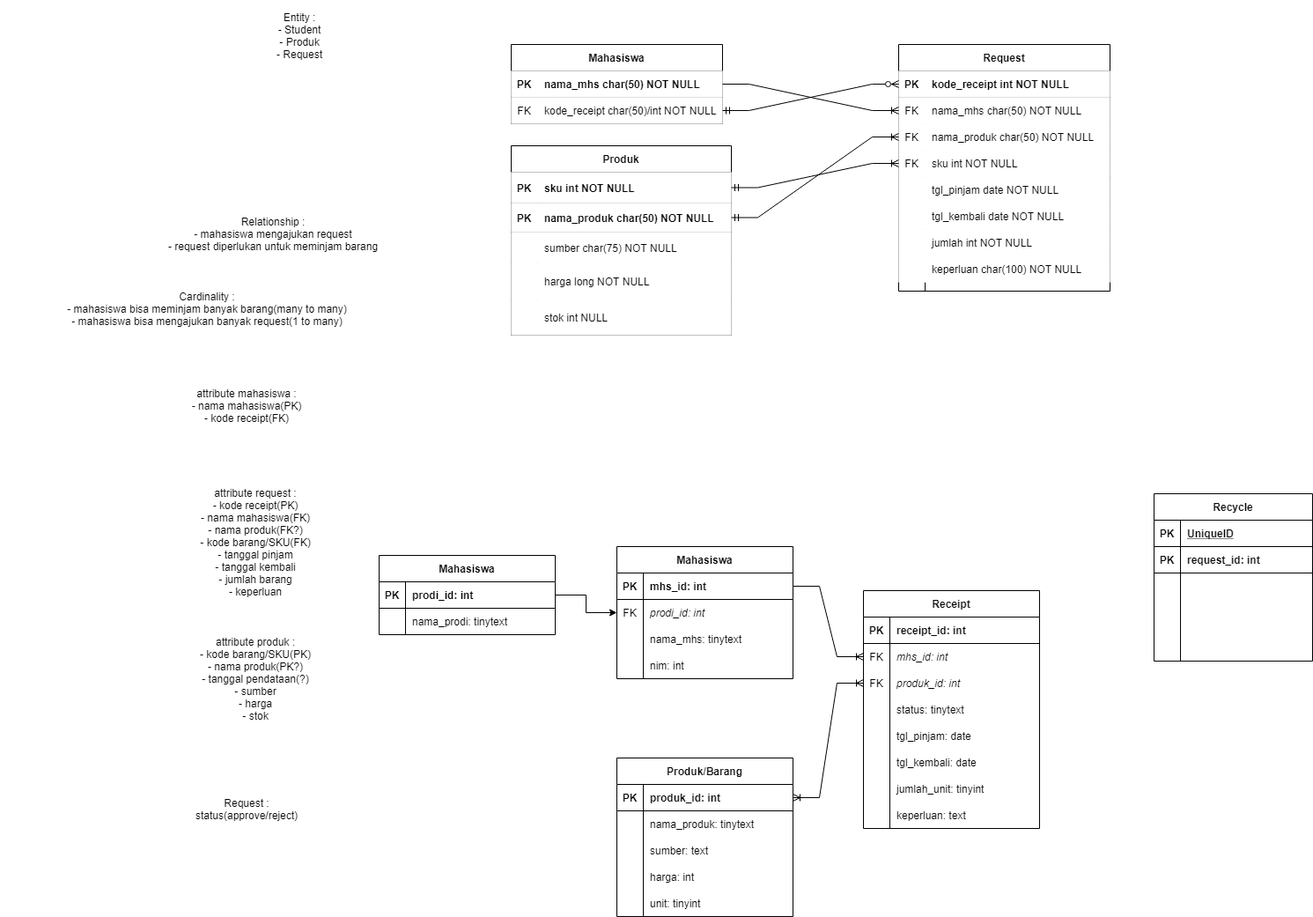
Above: diagrams/ER diagram.drawio.png in johannfac/aplikasipeminjamanaset (draw.io), before the change. Source tidied: cells renumbered, new cells last; positions are measured from the earlier drawing's top-left corner, leaving out a move shared by most shapes.
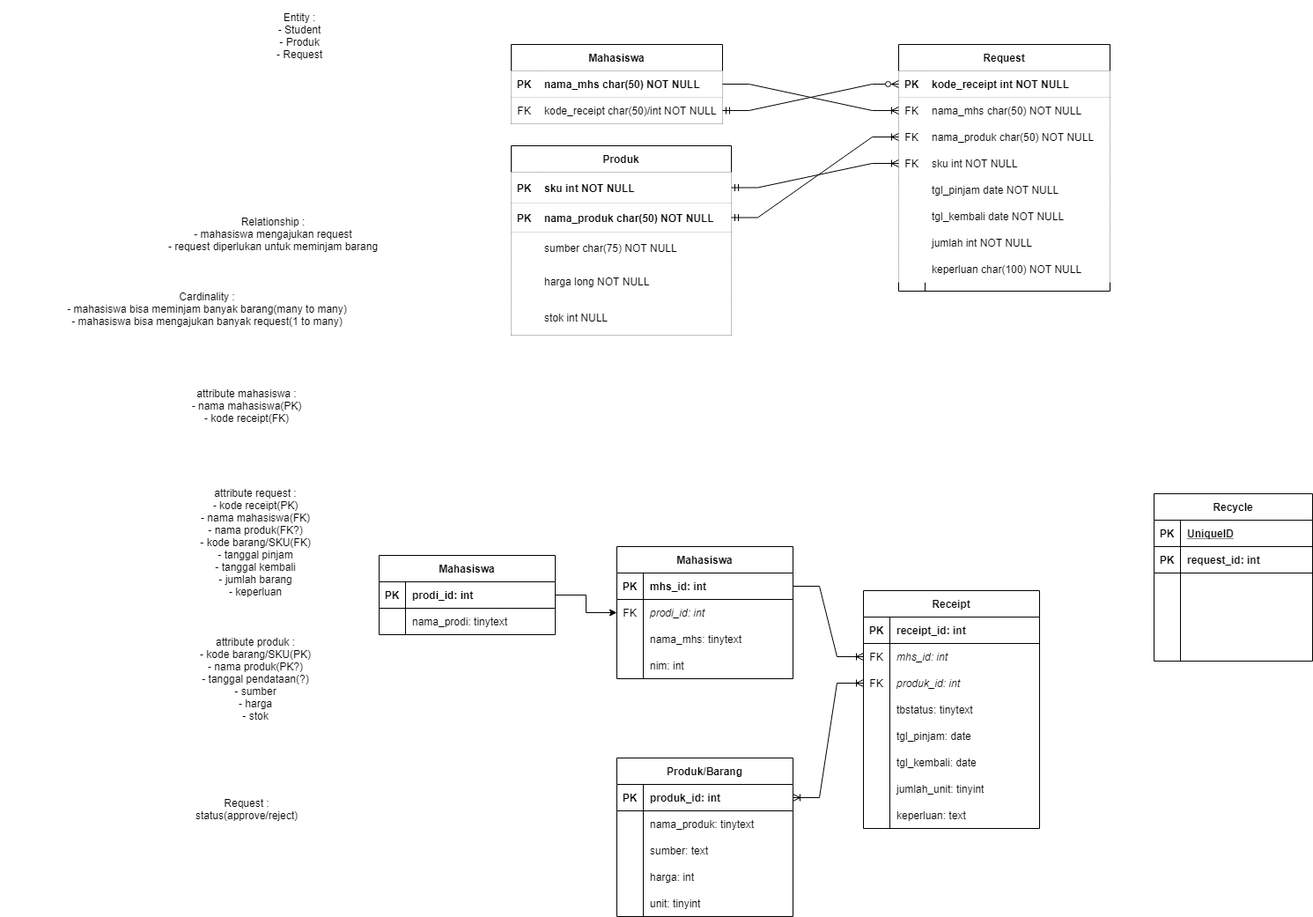
Above is the later version.

The edit, as a diff of the source:
```diff
@@ -299,7 +299,7 @@
     <mxCell id="100" style="shape=partialRectangle;fillColor=none;top=0;left=0;bottom=0;right=0;overflow=hidden;fontColor=default;strokeColor=default;" parent="99" vertex="1">
       <mxGeometry width="30" height="30" as="geometry" />
     </mxCell>
-    <mxCell id="101" value="status: tinytext" style="shape=partialRectangle;fillColor=none;top=0;left=0;bottom=0;right=0;align=left;spacingLeft=6;overflow=hidden;fontColor=default;strokeColor=default;" parent="99" vertex="1">
+    <mxCell id="101" value="tbstatus: tinytext" style="shape=partialRectangle;fillColor=none;top=0;left=0;bottom=0;right=0;align=left;spacingLeft=6;overflow=hidden;fontColor=default;strokeColor=default;" parent="99" vertex="1">
       <mxGeometry x="30" width="170" height="30" as="geometry" />
     </mxCell>
     <mxCell id="102" style="shape=partialRectangle;fillColor=none;top=0;left=0;bottom=0;right=0;fontColor=default;strokeColor=default;" parent="89" vertex="1">
```
